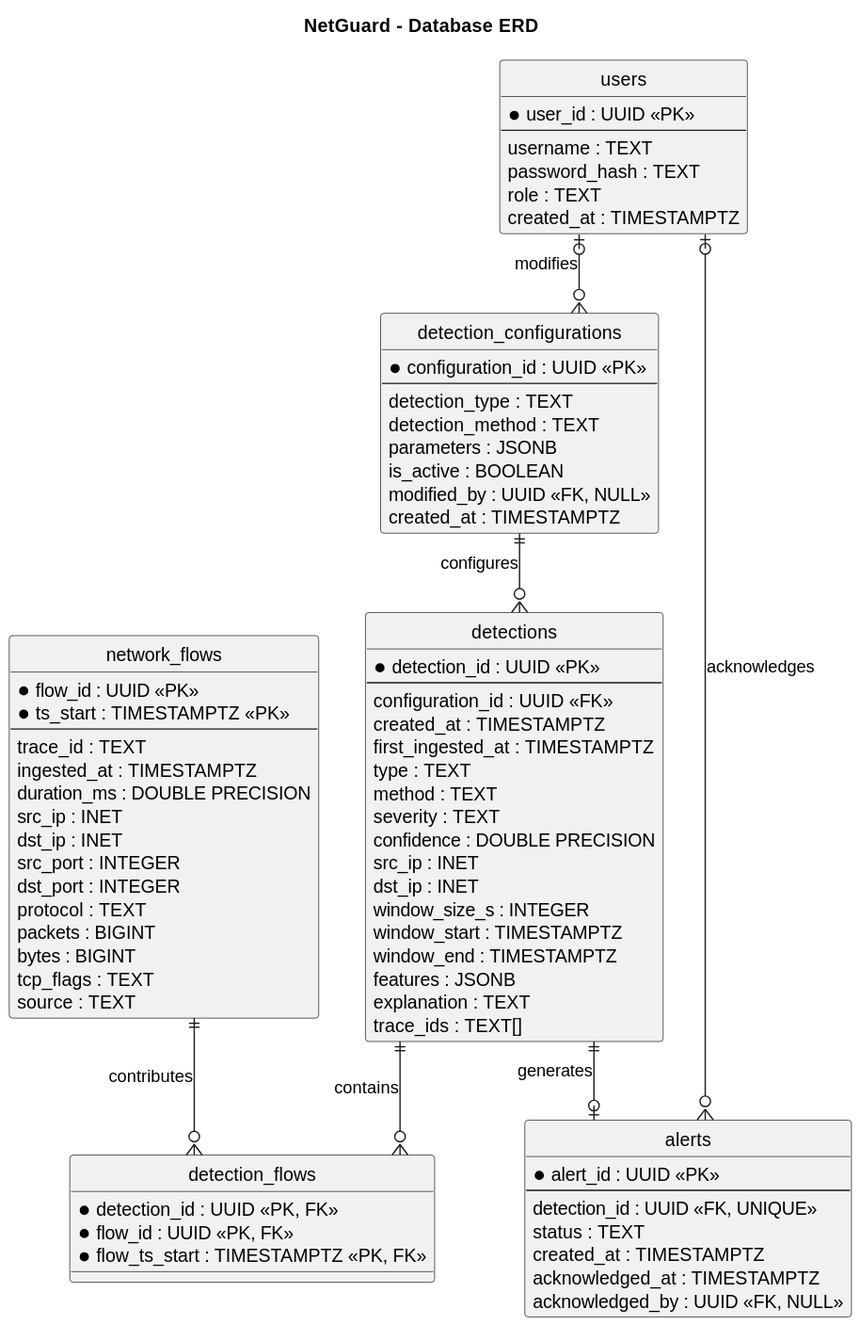
k1borg32/Netguard keeps this PlantUML diagram as Docs/DatabaseSchema/diagrams/erd.svg. Above is the earlier version. The source it was exported from:
```plantuml
@startuml
title NetGuard - Database ERD

hide circle
skinparam linetype ortho
skinparam shadowing false
skinparam entity {
    BackgroundColor #EAF2FF
    BorderColor #3666A3
}

entity "network_flows" as Flow {
    * flow_id : UUID <<PK>>
    * ts_start : TIMESTAMPTZ <<PK>>
    --
    trace_id : TEXT
    ingested_at : TIMESTAMPTZ
    duration_ms : DOUBLE PRECISION
    src_ip : INET
    dst_ip : INET
    src_port : INTEGER
    dst_port : INTEGER
    protocol : TEXT
    packets : BIGINT
    bytes : BIGINT
    tcp_flags : TEXT
    source : TEXT
}

entity "detection_flows" as DetectionFlow {
    * detection_id : UUID <<PK, FK>>
    * flow_id : UUID <<PK, FK>>
    * flow_ts_start : TIMESTAMPTZ <<PK, FK>>
}

entity "detections" as Detection {
    * detection_id : UUID <<PK>>
    --
    configuration_id : UUID <<FK>>
    created_at : TIMESTAMPTZ
    first_ingested_at : TIMESTAMPTZ
    type : TEXT
    method : TEXT
    severity : TEXT
    confidence : DOUBLE PRECISION
    src_ip : INET
    dst_ip : INET
    window_size_s : INTEGER
    window_start : TIMESTAMPTZ
    window_end : TIMESTAMPTZ
    features : JSONB
    explanation : TEXT
    trace_ids : TEXT[]
}

entity "alerts" as Alert {
    * alert_id : UUID <<PK>>
    --
    detection_id : UUID <<FK, UNIQUE>>
    status : TEXT
    created_at : TIMESTAMPTZ
    acknowledged_at : TIMESTAMPTZ
    acknowledged_by : UUID <<FK, NULL>>
}

entity "detection_configurations" as Config {
    * configuration_id : UUID <<PK>>
    --
    detection_type : TEXT
    detection_method : TEXT
    parameters : JSONB
    is_active : BOOLEAN
    modified_by : UUID <<FK, NULL>>
    created_at : TIMESTAMPTZ
}

entity "users" as User {
    * user_id : UUID <<PK>>
    --
    username : TEXT
    password_hash : TEXT
    role : TEXT
    created_at : TIMESTAMPTZ
}

Flow ||--o{ DetectionFlow : contributes
Detection ||--o{ DetectionFlow : contains

Config ||--o{ Detection : configures
Detection ||--o| Alert : generates
User |o--o{ Alert : acknowledges
User |o--o{ Config : modifies
@enduml
```
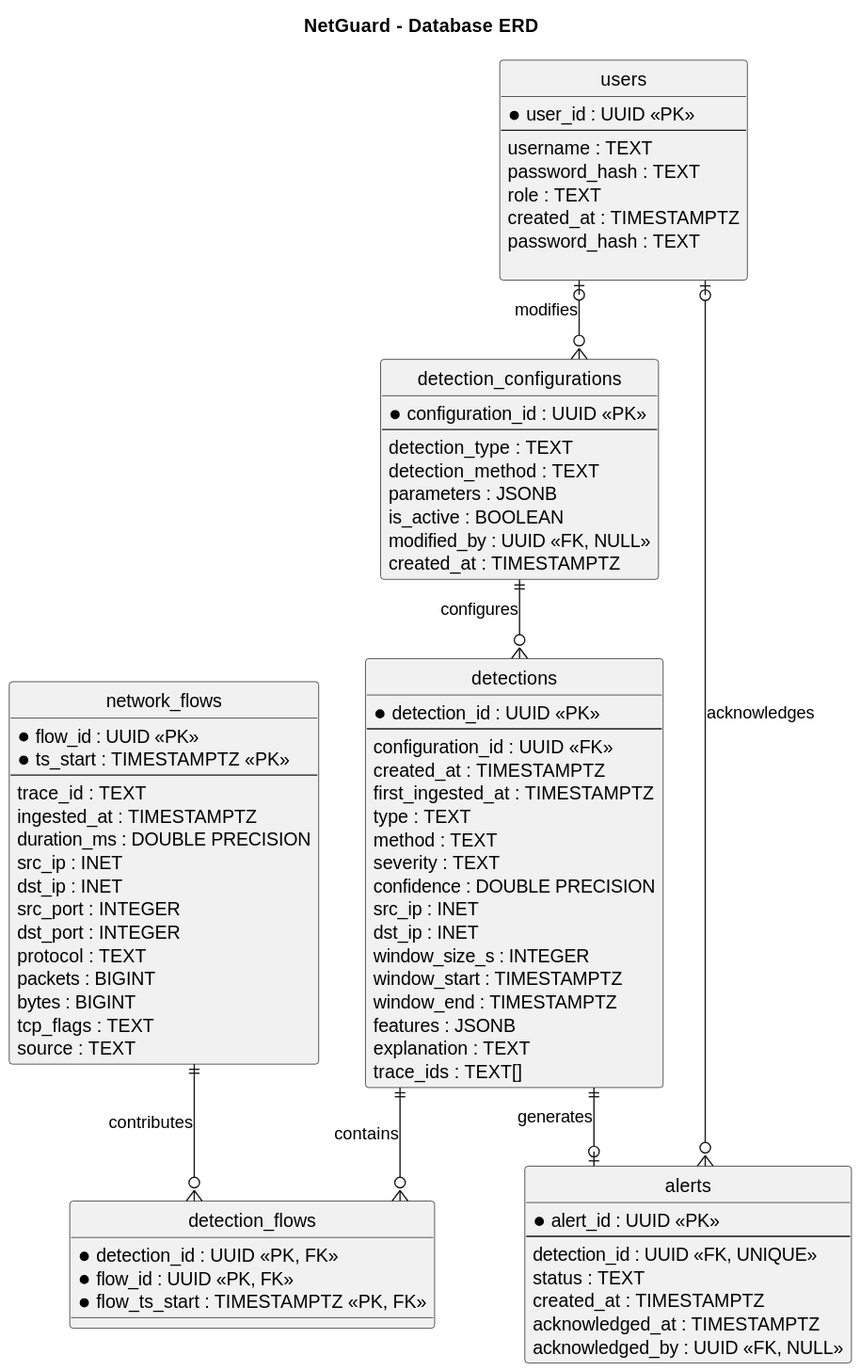
The same diagram one commit later.

The edit, as a diff of the source:
```diff
@@ -81,6 +81,8 @@
     password_hash : TEXT
     role : TEXT
     created_at : TIMESTAMPTZ
+    password_hash : TEXT
+
 }
 
 Flow ||--o{ DetectionFlow : contributes
```
